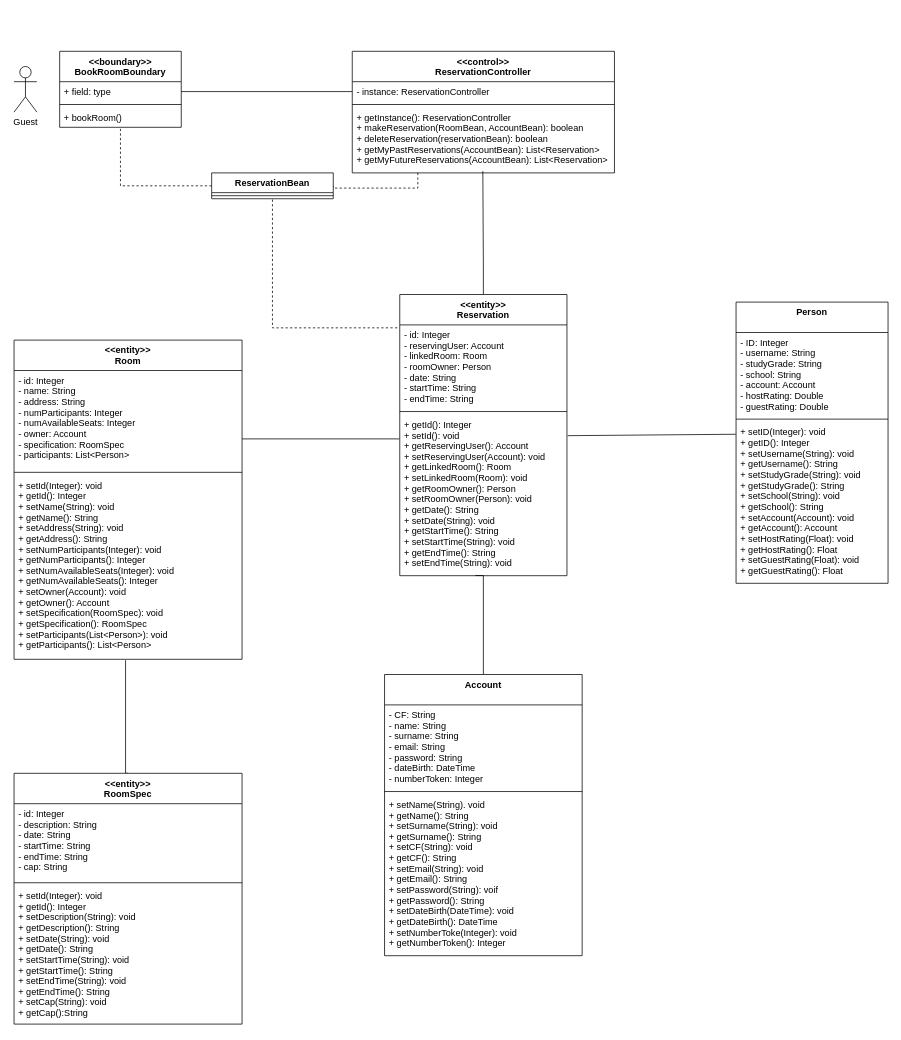
This is Deliverables/VoPC/VoPC BookRoom.drawio from nic-agos/DoveStudi, a draw.io file, before an edit. Source tidied: cells renumbered, new cells numbered last; positions are measured from the earlier drawing's top-left corner, leaving out a move shared by most shapes. Both pictures are drawn from the tidied source at 76%, with x=0, y=0 at pixel (14, 51).
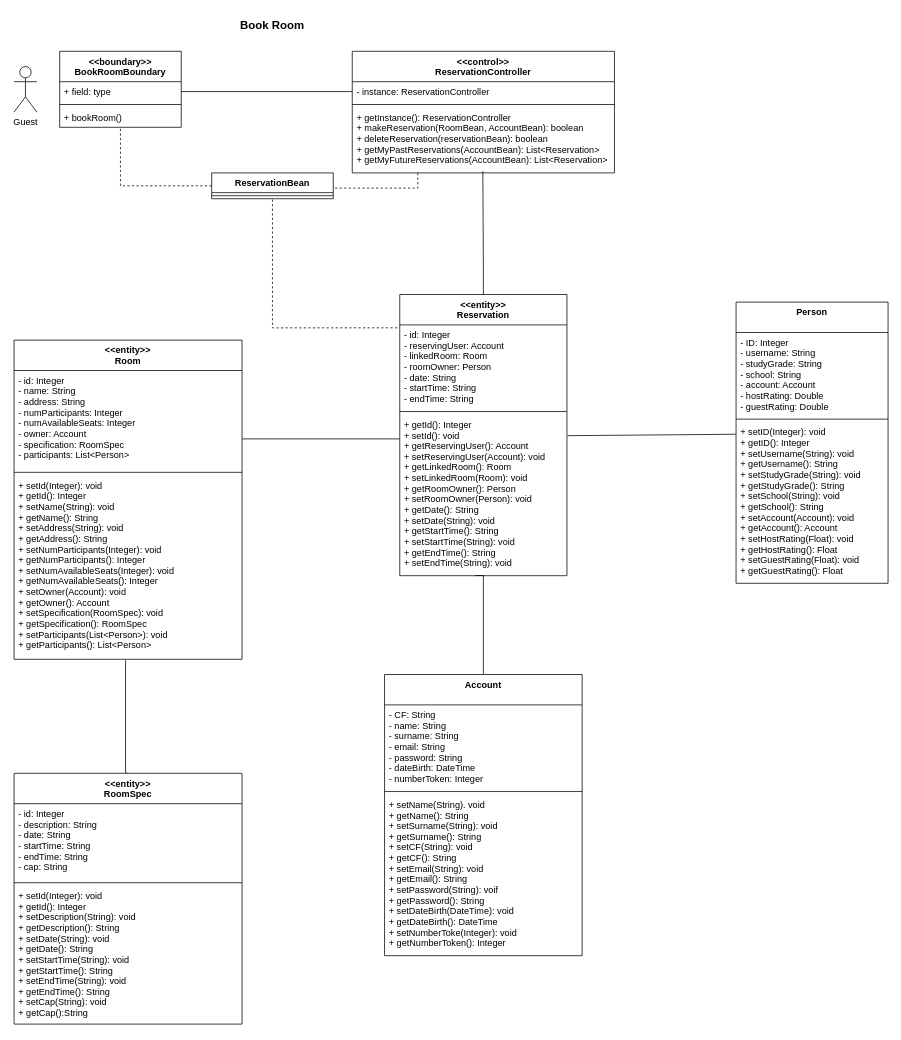
After the change.

Change to the diagram source:
```diff
@@
+    <mxCell id="42" value="Book Room" style="text;html=1;strokeColor=none;fillColor=none;align=center;verticalAlign=middle;whiteSpace=wrap;rounded=0;fontSize=15;fontStyle=1;" parent="1" vertex="1">
+      <mxGeometry x="280" y="-50" width="120" height="30" as="geometry" />
+    </mxCell>
```
